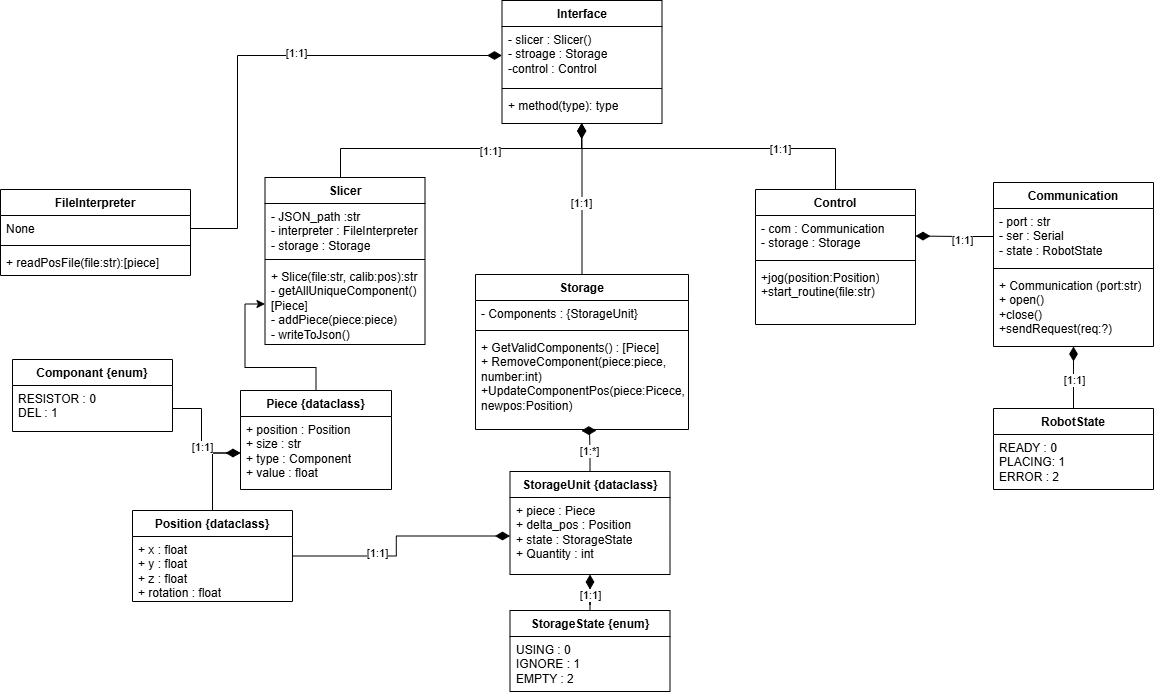
This is HMI/doc/UML.png from GabrielD98/PickUS_and_PlacUS, a draw.io export, as it was before one commit. Source tidied: cells renumbered, new cells last; positions are measured from the earlier drawing's top-left corner, leaving out a move shared by most shapes.
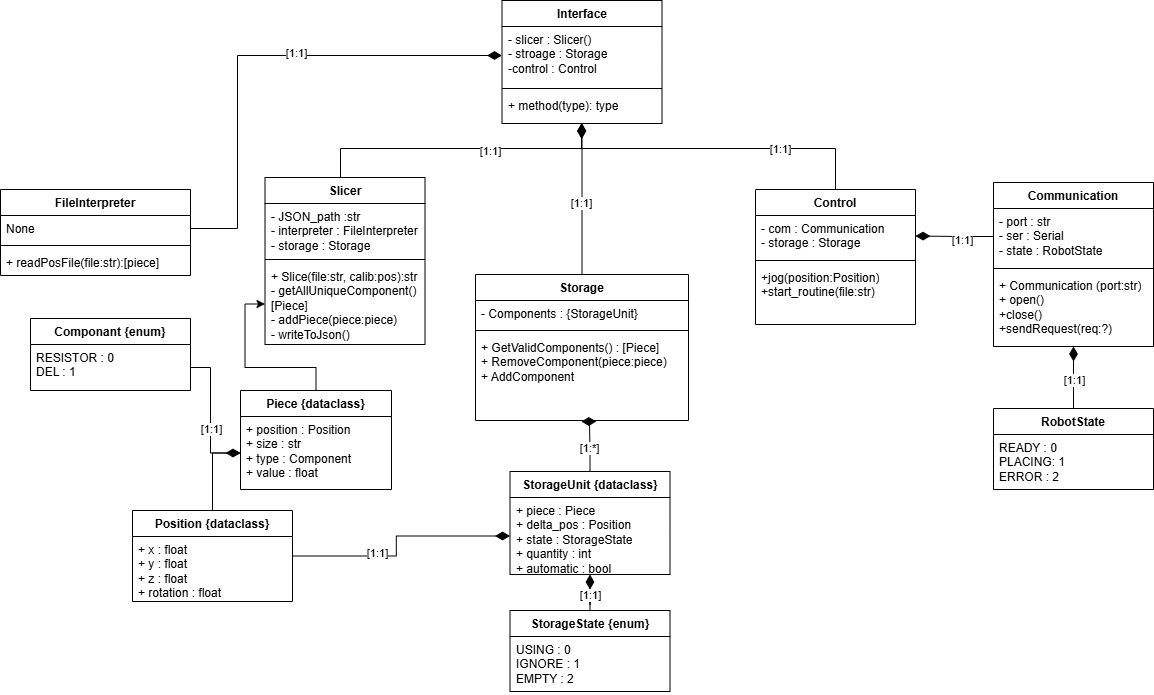
After the commit.

The edit, as a diff of the source:
```diff
@@ -76,7 +76,7 @@
       <mxGeometry y="26" width="160" height="65" as="geometry" />
     </mxCell>
     <mxCell id="24" value="Componant {enum}" style="swimlane;fontStyle=1;align=center;verticalAlign=top;horizontal=1;startSize=26;whiteSpace=wrap;html=1;" parent="1" vertex="1">
-      <mxGeometry x="12" y="359" width="160" height="72" as="geometry" />
+      <mxGeometry x="30" y="318" width="160" height="72" as="geometry" />
     </mxCell>
     <mxCell id="25" value="RESISTOR : 0&lt;div&gt;DEL : 1&lt;br&gt;&lt;div&gt;&lt;br&gt;&lt;/div&gt;&lt;/div&gt;" style="text;strokeColor=none;fillColor=none;align=left;verticalAlign=top;spacingLeft=4;spacingRight=4;overflow=hidden;points=[[0,0.5],[1,0.5]];portConstraint=eastwest;whiteSpace=wrap;html=1;" parent="24" vertex="1">
       <mxGeometry y="26" width="160" height="46" as="geometry" />
@@ -90,7 +90,7 @@
       </mxGeometry>
     </mxCell>
     <mxCell id="28" value="Storage" style="swimlane;fontStyle=1;align=center;verticalAlign=top;horizontal=1;startSize=26;whiteSpace=wrap;html=1;" parent="1" vertex="1">
-      <mxGeometry x="475" y="274" width="213" height="155" as="geometry" />
+      <mxGeometry x="475" y="274" width="213" height="146" as="geometry" />
     </mxCell>
     <mxCell id="29" value="- Components : {StorageUnit}" style="text;strokeColor=none;fillColor=none;align=left;verticalAlign=top;spacingLeft=4;spacingRight=4;overflow=hidden;whiteSpace=wrap;html=1;" parent="28" vertex="1">
       <mxGeometry y="26" width="213" height="26" as="geometry" />
@@ -98,13 +98,13 @@
     <mxCell id="30" style="line;strokeWidth=1;fillColor=none;align=left;verticalAlign=middle;spacingTop=-1;spacingLeft=3;spacingRight=3;labelPosition=right;strokeColor=inherit;" parent="28" vertex="1">
       <mxGeometry y="52" width="213" height="8" as="geometry" />
     </mxCell>
-    <mxCell id="31" value="+ GetValidComponents() : [Piece]&lt;div&gt;+ RemoveComponent(piece:piece, number:int)&lt;/div&gt;&lt;div&gt;+UpdateComponentPos(piece:Picece, newpos:Position)&lt;/div&gt;" style="text;strokeColor=none;fillColor=none;align=left;verticalAlign=top;spacingLeft=4;spacingRight=4;overflow=hidden;points=[[0,0.5],[1,0.5]];portConstraint=eastwest;whiteSpace=wrap;html=1;" parent="28" vertex="1">
-      <mxGeometry y="60" width="213" height="95" as="geometry" />
+    <mxCell id="31" value="+ GetValidComponents() : [Piece]&lt;div&gt;+ RemoveComponent(piece:piece)&lt;/div&gt;&lt;div&gt;+ AddComponent&lt;/div&gt;" style="text;strokeColor=none;fillColor=none;align=left;verticalAlign=top;spacingLeft=4;spacingRight=4;overflow=hidden;points=[[0,0.5],[1,0.5]];portConstraint=eastwest;whiteSpace=wrap;html=1;" parent="28" vertex="1">
+      <mxGeometry y="60" width="213" height="86" as="geometry" />
     </mxCell>
     <mxCell id="32" value="StorageUnit {dataclass}" style="swimlane;fontStyle=1;align=center;verticalAlign=top;horizontal=1;startSize=26;whiteSpace=wrap;html=1;" parent="1" vertex="1">
       <mxGeometry x="509.5" y="471" width="160" height="103" as="geometry" />
     </mxCell>
-    <mxCell id="33" value="+ piece : Piece&lt;div&gt;+ delta_pos : Position&lt;/div&gt;&lt;div&gt;+ state : StorageState&lt;/div&gt;&lt;div&gt;+ Quantity : int&lt;/div&gt;" style="text;strokeColor=none;fillColor=none;align=left;verticalAlign=top;spacingLeft=4;spacingRight=4;overflow=hidden;points=[[0,0.5],[1,0.5]];portConstraint=eastwest;whiteSpace=wrap;html=1;" parent="32" vertex="1">
+    <mxCell id="33" value="+ piece : Piece&lt;div&gt;+ delta_pos : Position&lt;/div&gt;&lt;div&gt;+ state : StorageState&lt;/div&gt;&lt;div&gt;+ quantity : int&lt;/div&gt;&lt;div&gt;+ automatic : bool&lt;/div&gt;" style="text;strokeColor=none;fillColor=none;align=left;verticalAlign=top;spacingLeft=4;spacingRight=4;overflow=hidden;points=[[0,0.5],[1,0.5]];portConstraint=eastwest;whiteSpace=wrap;html=1;" parent="32" vertex="1">
       <mxGeometry y="26" width="160" height="77" as="geometry" />
     </mxCell>
     <mxCell id="34" style="edgeStyle=orthogonalEdgeStyle;rounded=0;jettySize=auto;html=1;entryX=0.5;entryY=1;entryDx=0;entryDy=0;endArrow=diamondThin;endFill=1;startSize=12;endSize=12;" parent="1" edge="1" source="36" target="32">
```
